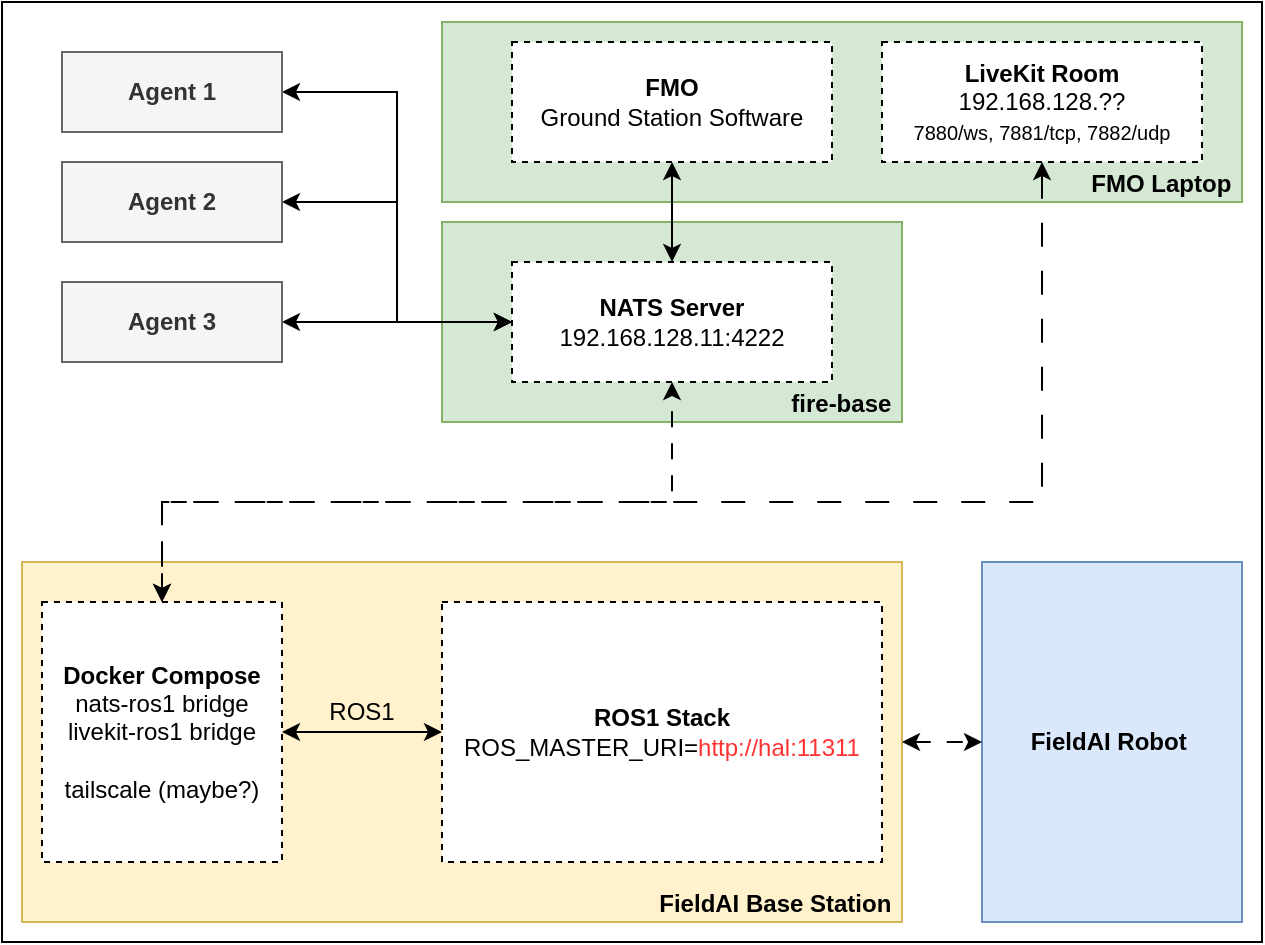
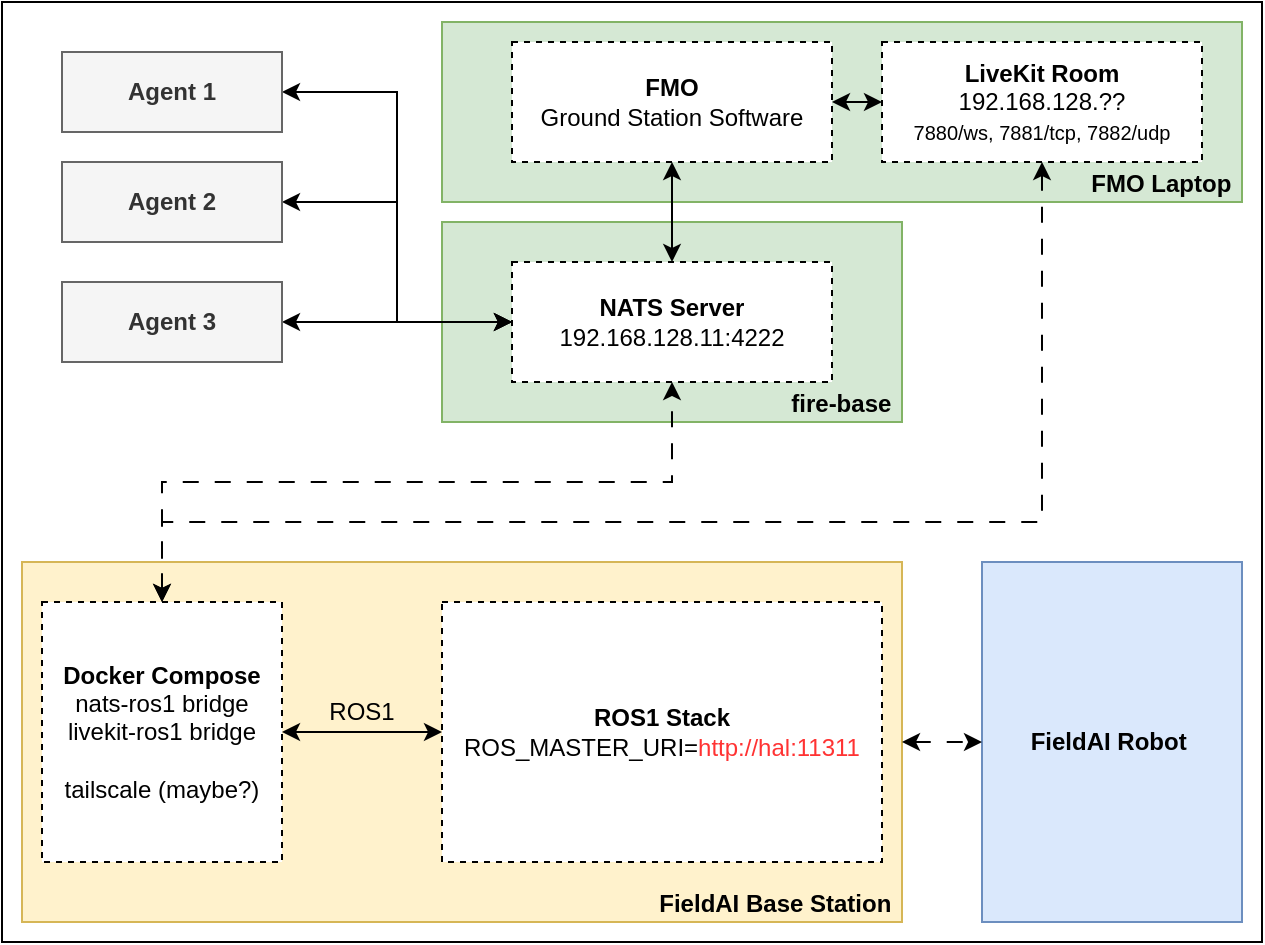
<mxfile host="app.diagrams.net" agent="Mozilla/5.0 (X11; Linux x86_64) AppleWebKit/537.36 (KHTML, like Gecko) draw.io/28.2.5 Chrome/138.0.7204.251 Electron/37.6.1 Safari/537.36">
  <diagram name="Page-1" id="4LKxJmiHCzAgHi-25CAg">
    <mxGraphModel dx="978" dy="538" grid="1" gridSize="10" guides="1" tooltips="1" connect="1" arrows="1" fold="1" page="1" pageScale="1" pageWidth="850" pageHeight="1100" math="0" shadow="0">
      <root>
        <mxCell id="0" />
        <mxCell id="1" parent="0" />
        <mxCell id="ao4_OA2Sh6UKhkAWIHi6-6" parent="1" style="rounded=0;whiteSpace=wrap;html=1;" value="" vertex="1">
          <mxGeometry height="470" width="630" x="140" y="260" as="geometry" />
        </mxCell>
        <mxCell id="K1pB0g2Fk4yvMkdCrYzS-1" parent="1" style="rounded=0;whiteSpace=wrap;html=1;align=right;verticalAlign=bottom;fillColor=#d5e8d4;strokeColor=#82b366;" value="&lt;b&gt;fire-base&amp;nbsp;&lt;/b&gt;" vertex="1">
          <mxGeometry height="100" width="230" x="360" y="370" as="geometry" />
        </mxCell>
        <mxCell id="NqXXLPDWZZw7BoWwIbQB-7" parent="1" style="rounded=0;whiteSpace=wrap;html=1;align=right;verticalAlign=bottom;fillColor=#d5e8d4;strokeColor=#82b366;" value="&lt;b&gt;FMO Laptop&amp;nbsp;&lt;/b&gt;" vertex="1">
          <mxGeometry height="90" width="400" x="360" y="270" as="geometry" />
        </mxCell>
        <mxCell id="NqXXLPDWZZw7BoWwIbQB-6" parent="1" style="rounded=0;whiteSpace=wrap;html=1;align=center;verticalAlign=middle;fillColor=#dae8fc;strokeColor=#6c8ebf;" value="&lt;b&gt;FieldAI Robot&amp;nbsp;&lt;/b&gt;" vertex="1">
          <mxGeometry height="180" width="130" x="630" y="540" as="geometry" />
        </mxCell>
        <mxCell id="NqXXLPDWZZw7BoWwIbQB-2" parent="1" style="rounded=0;whiteSpace=wrap;html=1;dashed=1;" value="&lt;b&gt;NATS Server&lt;/b&gt;&lt;div&gt;192.168.128.11:4222&lt;/div&gt;" vertex="1">
          <mxGeometry height="60" width="160" x="395" y="390" as="geometry" />
        </mxCell>
        <mxCell id="33FqFWJDVf2yEUuYl60e-10" edge="1" parent="1" source="NqXXLPDWZZw7BoWwIbQB-8" style="edgeStyle=orthogonalEdgeStyle;rounded=0;orthogonalLoop=1;jettySize=auto;html=1;exitX=0.5;exitY=1;exitDx=0;exitDy=0;entryX=0.5;entryY=0;entryDx=0;entryDy=0;startArrow=classic;startFill=1;" target="NqXXLPDWZZw7BoWwIbQB-2">
+           <mxGeometry relative="1" as="geometry" />
+         </mxCell>
+         <mxCell id="qBYYMGFewZOWRPkuQaBo-3" edge="1" parent="1" source="NqXXLPDWZZw7BoWwIbQB-8" style="edgeStyle=orthogonalEdgeStyle;rounded=0;orthogonalLoop=1;jettySize=auto;html=1;exitX=1;exitY=0.5;exitDx=0;exitDy=0;entryX=0;entryY=0.5;entryDx=0;entryDy=0;startArrow=classic;startFill=1;" target="qBYYMGFewZOWRPkuQaBo-1">
          <mxGeometry relative="1" as="geometry" />
        </mxCell>
        <mxCell id="NqXXLPDWZZw7BoWwIbQB-8" parent="1" style="rounded=0;whiteSpace=wrap;html=1;dashed=1;" value="&lt;b&gt;FMO&lt;/b&gt;&lt;div&gt;Ground Station Software&lt;/div&gt;" vertex="1">
          <mxGeometry height="60" width="160" x="395" y="280" as="geometry" />
        </mxCell>
        <mxCell id="33FqFWJDVf2yEUuYl60e-5" edge="1" parent="1" source="33FqFWJDVf2yEUuYl60e-2" style="edgeStyle=orthogonalEdgeStyle;rounded=0;orthogonalLoop=1;jettySize=auto;html=1;exitX=1;exitY=0.5;exitDx=0;exitDy=0;entryX=0;entryY=0.5;entryDx=0;entryDy=0;startArrow=classic;startFill=1;" target="NqXXLPDWZZw7BoWwIbQB-2">
          <mxGeometry relative="1" as="geometry" />
        </mxCell>
        <mxCell id="33FqFWJDVf2yEUuYl60e-2" parent="1" style="rounded=0;whiteSpace=wrap;html=1;align=center;verticalAlign=middle;fillColor=#f5f5f5;fontColor=#333333;strokeColor=#666666;" value="&lt;b&gt;Agent 1&lt;/b&gt;" vertex="1">
          <mxGeometry height="40" width="110" x="170" y="285" as="geometry" />
        </mxCell>
        <mxCell id="33FqFWJDVf2yEUuYl60e-6" edge="1" parent="1" source="33FqFWJDVf2yEUuYl60e-3" style="edgeStyle=orthogonalEdgeStyle;rounded=0;orthogonalLoop=1;jettySize=auto;html=1;exitX=1;exitY=0.5;exitDx=0;exitDy=0;entryX=0;entryY=0.5;entryDx=0;entryDy=0;startArrow=classic;startFill=1;" target="NqXXLPDWZZw7BoWwIbQB-2">
          <mxGeometry relative="1" as="geometry" />
        </mxCell>
        <mxCell id="33FqFWJDVf2yEUuYl60e-3" parent="1" style="rounded=0;whiteSpace=wrap;html=1;align=center;verticalAlign=middle;fillColor=#f5f5f5;fontColor=#333333;strokeColor=#666666;" value="&lt;b&gt;Agent 2&lt;/b&gt;" vertex="1">
          <mxGeometry height="40" width="110" x="170" y="340" as="geometry" />
        </mxCell>
        <mxCell id="33FqFWJDVf2yEUuYl60e-7" edge="1" parent="1" source="33FqFWJDVf2yEUuYl60e-4" style="edgeStyle=orthogonalEdgeStyle;rounded=0;orthogonalLoop=1;jettySize=auto;html=1;exitX=1;exitY=0.5;exitDx=0;exitDy=0;entryX=0;entryY=0.5;entryDx=0;entryDy=0;startArrow=classic;startFill=1;" target="NqXXLPDWZZw7BoWwIbQB-2">
          <mxGeometry relative="1" as="geometry" />
        </mxCell>
        <mxCell id="33FqFWJDVf2yEUuYl60e-4" parent="1" style="rounded=0;whiteSpace=wrap;html=1;align=center;verticalAlign=middle;fillColor=#f5f5f5;fontColor=#333333;strokeColor=#666666;" value="&lt;b&gt;Agent 3&lt;/b&gt;" vertex="1">
          <mxGeometry height="40" width="110" x="170" y="400" as="geometry" />
        </mxCell>
        <mxCell id="Mt-QOnj-M8pVkXTkuhvp-1" parent="1" style="rounded=0;whiteSpace=wrap;html=1;verticalAlign=bottom;align=right;fillColor=#fff2cc;strokeColor=#d6b656;" value="&lt;div&gt;&lt;b&gt;FieldAI Base Station&amp;nbsp;&lt;/b&gt;&lt;/div&gt;" vertex="1">
          <mxGeometry height="180" width="440" x="150" y="540" as="geometry" />
        </mxCell>
        <mxCell id="NqXXLPDWZZw7BoWwIbQB-3" parent="1" style="rounded=0;whiteSpace=wrap;html=1;verticalAlign=middle;dashed=1;" value="&lt;div&gt;&lt;b&gt;Docker Compose&lt;/b&gt;&lt;/div&gt;&lt;div&gt;nats-ros1 bridge&lt;/div&gt;&lt;div&gt;livekit-ros1 bridge&lt;/div&gt;&lt;div&gt;&lt;br&gt;&lt;/div&gt;&lt;div&gt;tailscale (maybe?)&lt;/div&gt;" vertex="1">
          <mxGeometry height="130" width="120" x="160" y="560" as="geometry" />
        </mxCell>
        <mxCell id="1vgdmPXWtOp6ZMq3ka-s-1" parent="1" style="rounded=0;whiteSpace=wrap;html=1;dashed=1;" value="&lt;b&gt;ROS1 Stack&lt;/b&gt;&lt;br&gt;ROS_MASTER_URI=&lt;font style=&quot;color: rgb(255, 51, 51);&quot;&gt;http://hal:11311&lt;/font&gt;" vertex="1">
          <mxGeometry height="130" width="220" x="360" y="560" as="geometry" />
        </mxCell>
        <mxCell id="33FqFWJDVf2yEUuYl60e-9" parent="1" style="text;html=1;align=center;verticalAlign=middle;whiteSpace=wrap;rounded=0;rotation=0;" value="ROS1" vertex="1">
          <mxGeometry height="30" width="60" x="290" y="600" as="geometry" />
        </mxCell>
        <mxCell id="NqXXLPDWZZw7BoWwIbQB-9" edge="1" parent="1" source="NqXXLPDWZZw7BoWwIbQB-3" style="edgeStyle=orthogonalEdgeStyle;rounded=0;orthogonalLoop=1;jettySize=auto;html=1;startArrow=classic;startFill=1;entryX=0;entryY=0.5;entryDx=0;entryDy=0;" target="1vgdmPXWtOp6ZMq3ka-s-1">
          <mxGeometry relative="1" as="geometry" />
        </mxCell>
        <mxCell id="NqXXLPDWZZw7BoWwIbQB-10" edge="1" parent="1" source="NqXXLPDWZZw7BoWwIbQB-3" style="edgeStyle=orthogonalEdgeStyle;rounded=0;orthogonalLoop=1;jettySize=auto;html=1;exitX=0.5;exitY=0;exitDx=0;exitDy=0;startArrow=classic;startFill=1;dashed=1;dashPattern=8 8;" target="NqXXLPDWZZw7BoWwIbQB-2">
          <mxGeometry relative="1" as="geometry">
            <Array as="points">
-               <mxPoint x="220" y="510" />
-               <mxPoint x="475" y="510" />
+               <mxPoint x="220" y="500" />
+               <mxPoint x="475" y="500" />
            </Array>
          </mxGeometry>
        </mxCell>
        <mxCell id="1vgdmPXWtOp6ZMq3ka-s-3" edge="1" parent="1" source="Mt-QOnj-M8pVkXTkuhvp-1" style="edgeStyle=orthogonalEdgeStyle;rounded=0;orthogonalLoop=1;jettySize=auto;html=1;exitX=1;exitY=0.5;exitDx=0;exitDy=0;startArrow=classic;startFill=1;entryX=0;entryY=0.5;entryDx=0;entryDy=0;dashed=1;dashPattern=8 8;" target="NqXXLPDWZZw7BoWwIbQB-6">
          <mxGeometry relative="1" as="geometry">
            <mxPoint x="460" y="660" as="sourcePoint" />
            <mxPoint x="710" y="530" as="targetPoint" />
          </mxGeometry>
        </mxCell>
-         <mxCell id="qBYYMGFewZOWRPkuQaBo-2" edge="1" parent="1" source="qBYYMGFewZOWRPkuQaBo-1" style="edgeStyle=orthogonalEdgeStyle;rounded=0;orthogonalLoop=1;jettySize=auto;html=1;exitX=0.5;exitY=1;exitDx=0;exitDy=0;entryX=0.5;entryY=0;entryDx=0;entryDy=0;startArrow=classic;startFill=1;dashed=1;dashPattern=12 12;" target="NqXXLPDWZZw7BoWwIbQB-3">
+         <mxCell id="qBYYMGFewZOWRPkuQaBo-2" edge="1" parent="1" source="qBYYMGFewZOWRPkuQaBo-1" style="edgeStyle=orthogonalEdgeStyle;rounded=0;orthogonalLoop=1;jettySize=auto;html=1;exitX=0.5;exitY=1;exitDx=0;exitDy=0;entryX=0.5;entryY=0;entryDx=0;entryDy=0;startArrow=classic;startFill=1;dashed=1;dashPattern=8 8;" target="NqXXLPDWZZw7BoWwIbQB-3">
          <mxGeometry relative="1" as="geometry">
            <Array as="points">
-               <mxPoint x="660" y="510" />
-               <mxPoint x="220" y="510" />
+               <mxPoint x="660" y="520" />
+               <mxPoint x="220" y="520" />
            </Array>
          </mxGeometry>
        </mxCell>
        <mxCell id="qBYYMGFewZOWRPkuQaBo-1" parent="1" style="rounded=0;whiteSpace=wrap;html=1;dashed=1;" value="&lt;div&gt;&lt;b&gt;LiveKit Room&lt;/b&gt;&lt;/div&gt;&lt;div&gt;192.168.128.??&lt;/div&gt;&lt;div&gt;&lt;span style=&quot;font-size: x-small;&quot;&gt;7880/ws, 7881/tcp, 7882/udp&lt;/span&gt;&lt;/div&gt;" vertex="1">
          <mxGeometry height="60" width="160" x="580" y="280" as="geometry" />
        </mxCell>
      </root>
    </mxGraphModel>
  </diagram>
</mxfile>
